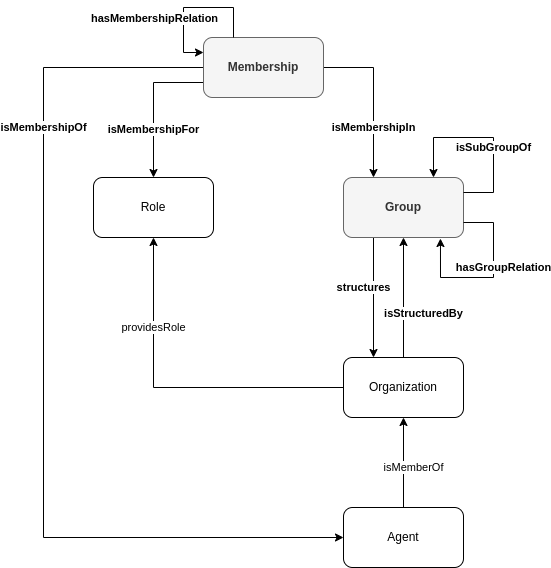
This is domains/logistics/structure-organization/structure-organization.png from HyperAgents/hmas, a draw.io export, as it was before one commit. Source tidied: cells renumbered, new cells last; positions are measured from the earlier drawing's top-left corner, leaving out a move shared by most shapes.
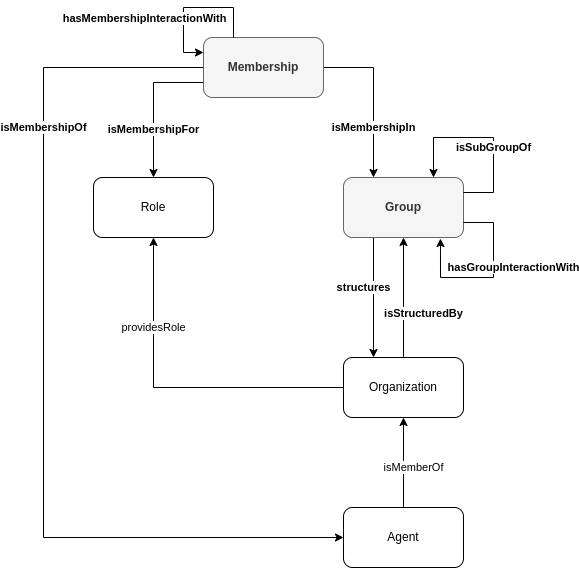
Above is the later version.

Diff of the diagram source:
```diff
@@ -61,13 +61,13 @@
         </Array>
       </mxGeometry>
     </mxCell>
-    <mxCell id="16" value="hasMembershipRelation" style="edgeLabel;html=1;align=center;verticalAlign=middle;fontStyle=1;" parent="15" vertex="1">
+    <mxCell id="16" value="hasMembershipInteractionWith" style="edgeLabel;html=1;align=center;verticalAlign=middle;fontStyle=1;" parent="15" vertex="1">
       <mxGeometry x="-0.23" y="-2" relative="1" as="geometry">
-        <mxPoint x="-54" y="12" as="offset" />
+        <mxPoint x="-64" y="12" as="offset" />
       </mxGeometry>
     </mxCell>
-    <mxCell id="17" value="hasGroupRelation" style="edgeStyle=orthogonalEdgeStyle;rounded=0;orthogonalLoop=1;jettySize=auto;html=1;exitX=1;exitY=0.75;exitDx=0;exitDy=0;entryX=0.808;entryY=1.017;entryDx=0;entryDy=0;entryPerimeter=0;fontStyle=1;" parent="1" edge="1" source="10" target="10">
-      <mxGeometry x="-0.15" y="10" relative="1" as="geometry">
+    <mxCell id="17" value="hasGroupInteractionWith" style="edgeStyle=orthogonalEdgeStyle;rounded=0;orthogonalLoop=1;jettySize=auto;html=1;exitX=1;exitY=0.75;exitDx=0;exitDy=0;entryX=0.808;entryY=1.017;entryDx=0;entryDy=0;entryPerimeter=0;fontStyle=1;" parent="1" edge="1" source="10" target="10">
+      <mxGeometry x="-0.15" y="20" relative="1" as="geometry">
         <Array as="points">
           <mxPoint x="450" y="215" />
           <mxPoint x="450" y="270" />
```
